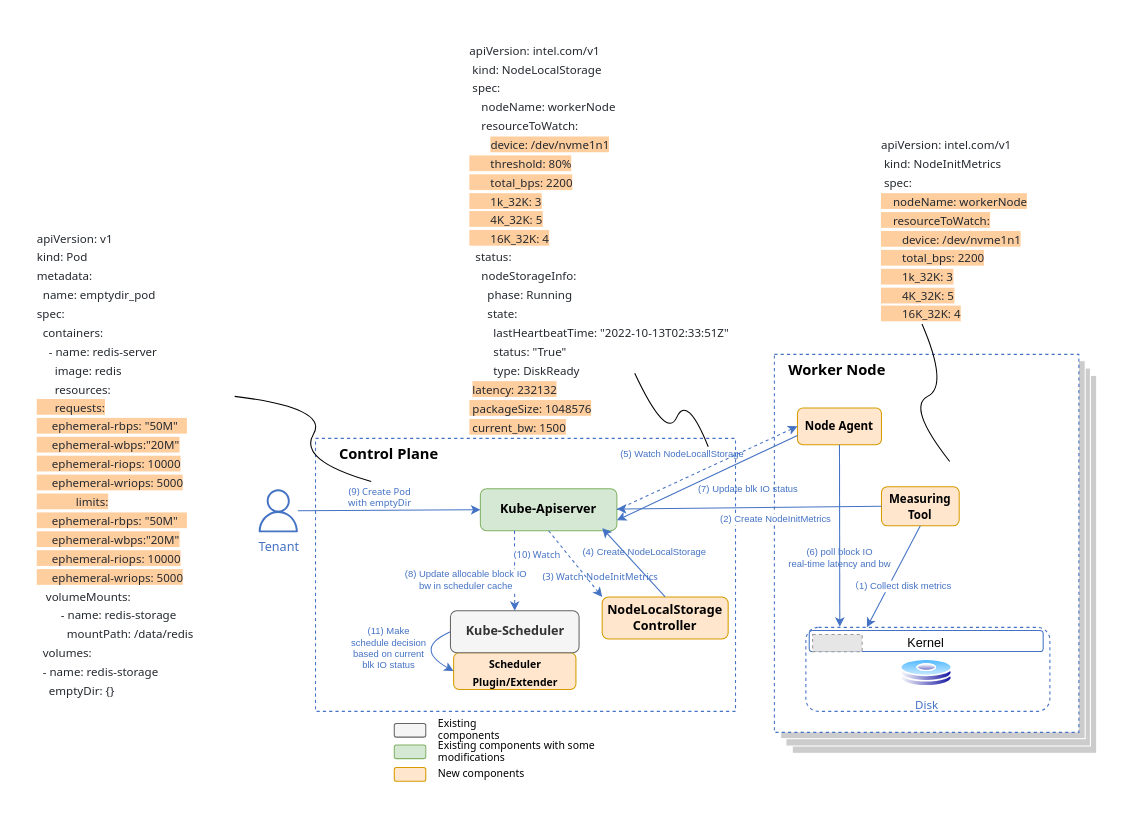
Earlier version of the draw.io diagram page "schedule flow" (11 of 11) of diagram/net_disk_io_design_v1.drawio (IntelOpen/kubernetes). Source tidied: cells renumbered, new cells numbered last; positions are measured from the earlier drawing's top-left corner, leaving out a move shared by most shapes. Both pictures are drawn from the tidied source at 105%, with x=0, y=0 at pixel (18, 18). Pictures stored in the file or linked from it are replaced by grey dashed boxes.
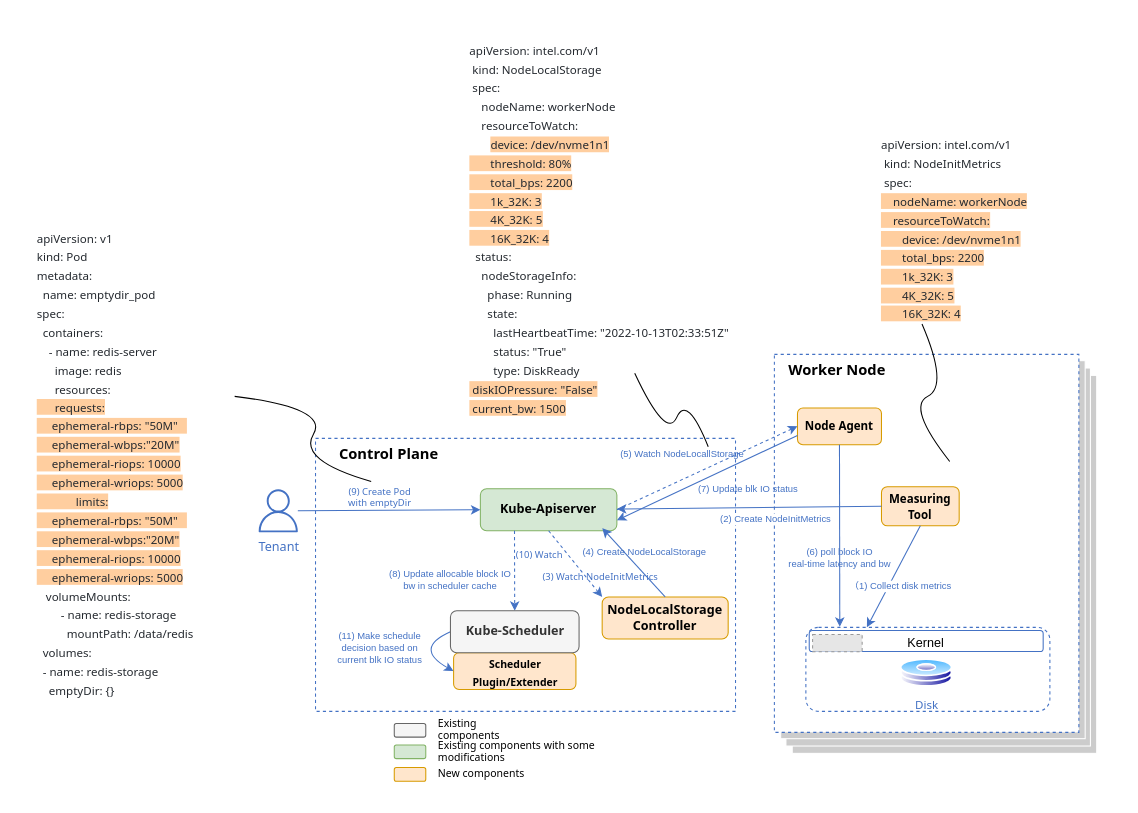
Above is the later version.

Unchanged cells that the change refers to:
```xml
<mxCell id="15" style="endArrow=classic;html=1;rounded=0;fontFamily=Tahoma;fontSize=13;fontColor=#000000;strokeColor=#4472C4;dashed=1;endFill=1;startArrow=none;startFill=0;exitX=0.25;exitY=1;exitDx=0;exitDy=0;" parent="1" edge="1" source="8" target="34">
  <mxGeometry relative="1" as="geometry" />
</mxCell>
```

Diff of the diagram source:
```diff
@@
     <mxCell id="16" value="&lt;font style=&quot;font-size: 9px;&quot; face=&quot;Tahoma&quot;&gt;(10) Watch&lt;/font&gt;" style="edgeLabel;html=1;align=center;verticalAlign=middle;fontColor=#4472C4;fontSize=9;" parent="15" vertex="1">
       <mxGeometry x="-0.15" y="-1" relative="1" as="geometry">
-        <mxPoint x="22" y="-10" as="offset" />
+        <mxPoint x="24" y="-10" as="offset" />
       </mxGeometry>
     </mxCell>
     <mxCell id="17" value="(8) Update allocable block IO&lt;br style=&quot;font-size: 9px;&quot;&gt;&amp;nbsp;bw in scheduler cache&amp;nbsp;" style="edgeLabel;html=1;align=center;verticalAlign=middle;fontSize=9;fontFamily=Helvetica;fontColor=#4472C4;" parent="15" vertex="1">
       <mxGeometry x="0.22" y="-2" relative="1" as="geometry">
-        <mxPoint x="-45" as="offset" />
+        <mxPoint x="-60" as="offset" />
       </mxGeometry>
     </mxCell>
@@
     <mxCell id="33" value="(11) Make schedule decision based on current blk IO status" style="text;html=1;strokeColor=none;fillColor=none;align=center;verticalAlign=middle;whiteSpace=wrap;rounded=0;dashed=1;labelBackgroundColor=none;fontSize=9;fontColor=#4472C4;" parent="1" vertex="1">
-      <mxGeometry x="313" y="585" width="80" height="30" as="geometry" />
+      <mxGeometry x="296" y="585" width="97" height="30" as="geometry" />
     </mxCell>
@@
-    <mxCell id="37" value="&lt;pre style=&quot;box-sizing: border-box; margin-top: 0px; margin-bottom: 16px; overflow-wrap: normal; padding: 16px; overflow: auto; line-height: 1.45; border-radius: 6px; text-indent: 0px;&quot; class=&quot;notranslate&quot;&gt;&lt;font face=&quot;Tahoma&quot; color=&quot;#24292f&quot;&gt;apiVersion: intel.com/v1&lt;br&gt; kind: NodeLocalStorage&lt;br&gt; spec:&lt;br&gt;    nodeName: workerNode&lt;br&gt;    resourceToWatch:&lt;br&gt;       &lt;span style=&quot;background-color: rgb(255, 206, 159);&quot;&gt;device: /dev/nvme1n1&lt;br&gt;       threshold: 80%&lt;br&gt;       total_bps: 2200&lt;br&gt;       1k_32K: 3&lt;br&gt;       4K_32K: 5&lt;br&gt;       16K_32K: 4&lt;/span&gt;&lt;br&gt;  status:&lt;br&gt;    nodeStorageInfo:&lt;br&gt;      phase: Running&lt;br&gt;      state:&lt;br&gt;        lastHeartbeatTime: &quot;2022-10-13T02:33:51Z&quot;&lt;br&gt;        status: &quot;True&quot;&lt;br&gt;        type: DiskReady&lt;br&gt; &lt;span style=&quot;background-color: rgb(255, 206, 159);&quot;&gt;latency: 232132&lt;br&gt; packageSize: 1048576&lt;br&gt; current_bw: 1500&lt;/span&gt;&lt;/font&gt;&lt;span style=&quot;font-size: 11.9px;&quot;&gt;&lt;br&gt;&lt;/span&gt;&lt;/pre&gt;" style="text;whiteSpace=wrap;html=1;fontSize=11;fontFamily=Tahoma;fontColor=#4472C4;" parent="1" vertex="1">
+    <mxCell id="37" value="&lt;pre style=&quot;box-sizing: border-box; margin-top: 0px; margin-bottom: 16px; overflow-wrap: normal; padding: 16px; overflow: auto; line-height: 1.45; border-radius: 6px; text-indent: 0px;&quot; class=&quot;notranslate&quot;&gt;&lt;font face=&quot;Tahoma&quot; color=&quot;#24292f&quot;&gt;apiVersion: intel.com/v1&lt;br&gt; kind: NodeLocalStorage&lt;br&gt; spec:&lt;br&gt;    nodeName: workerNode&lt;br&gt;    resourceToWatch:&lt;br&gt;       &lt;span style=&quot;background-color: rgb(255, 206, 159);&quot;&gt;device: /dev/nvme1n1&lt;br&gt;       threshold: 80%&lt;br&gt;       total_bps: 2200&lt;br&gt;       1k_32K: 3&lt;br&gt;       4K_32K: 5&lt;br&gt;       16K_32K: 4&lt;/span&gt;&lt;br&gt;  status:&lt;br&gt;    nodeStorageInfo:&lt;br&gt;      phase: Running&lt;br&gt;      state:&lt;br&gt;        lastHeartbeatTime: &quot;2022-10-13T02:33:51Z&quot;&lt;br&gt;        status: &quot;True&quot;&lt;br&gt;        type: DiskReady&lt;br&gt;&lt;span style=&quot;background-color: rgb(255, 206, 159);&quot;&gt; diskIOPressure: &quot;False&quot;&lt;br&gt; current_bw: 1500&lt;/span&gt;&lt;/font&gt;&lt;span style=&quot;font-size: 11.9px;&quot;&gt;&lt;br&gt;&lt;/span&gt;&lt;/pre&gt;" style="text;whiteSpace=wrap;html=1;fontSize=11;fontFamily=Tahoma;fontColor=#4472C4;" parent="1" vertex="1">
       <mxGeometry x="411.5" y="-0.3" width="310" height="390.6" as="geometry" />
     </mxCell>
```
